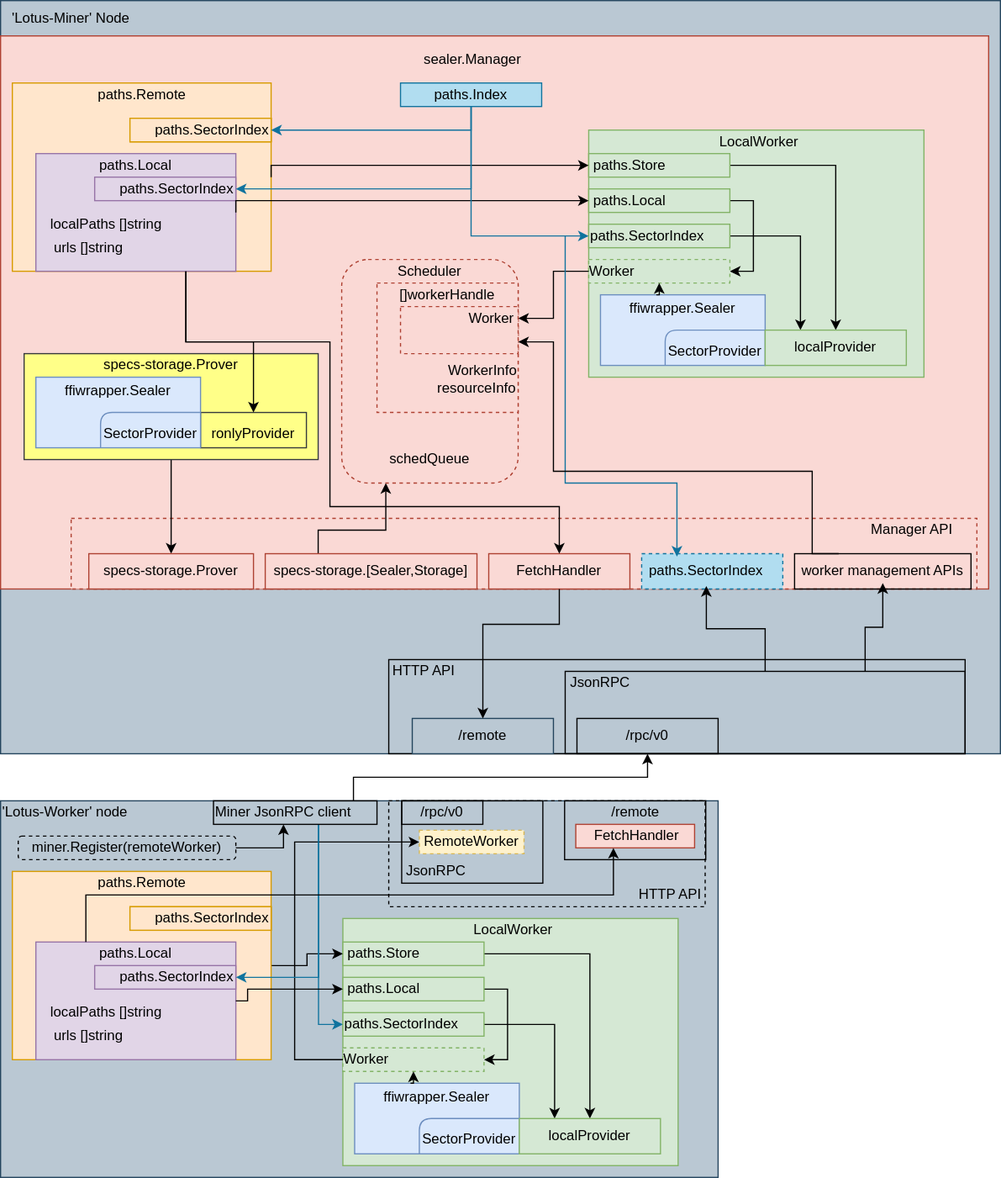
The draw.io diagram storage/sealer/docs/sector-storage.svg in filecoin-project/lotus, before a commit. Source tidied: cells renumbered, new cells last; positions are measured from the earlier drawing's top-left corner, leaving out a move shared by most shapes.
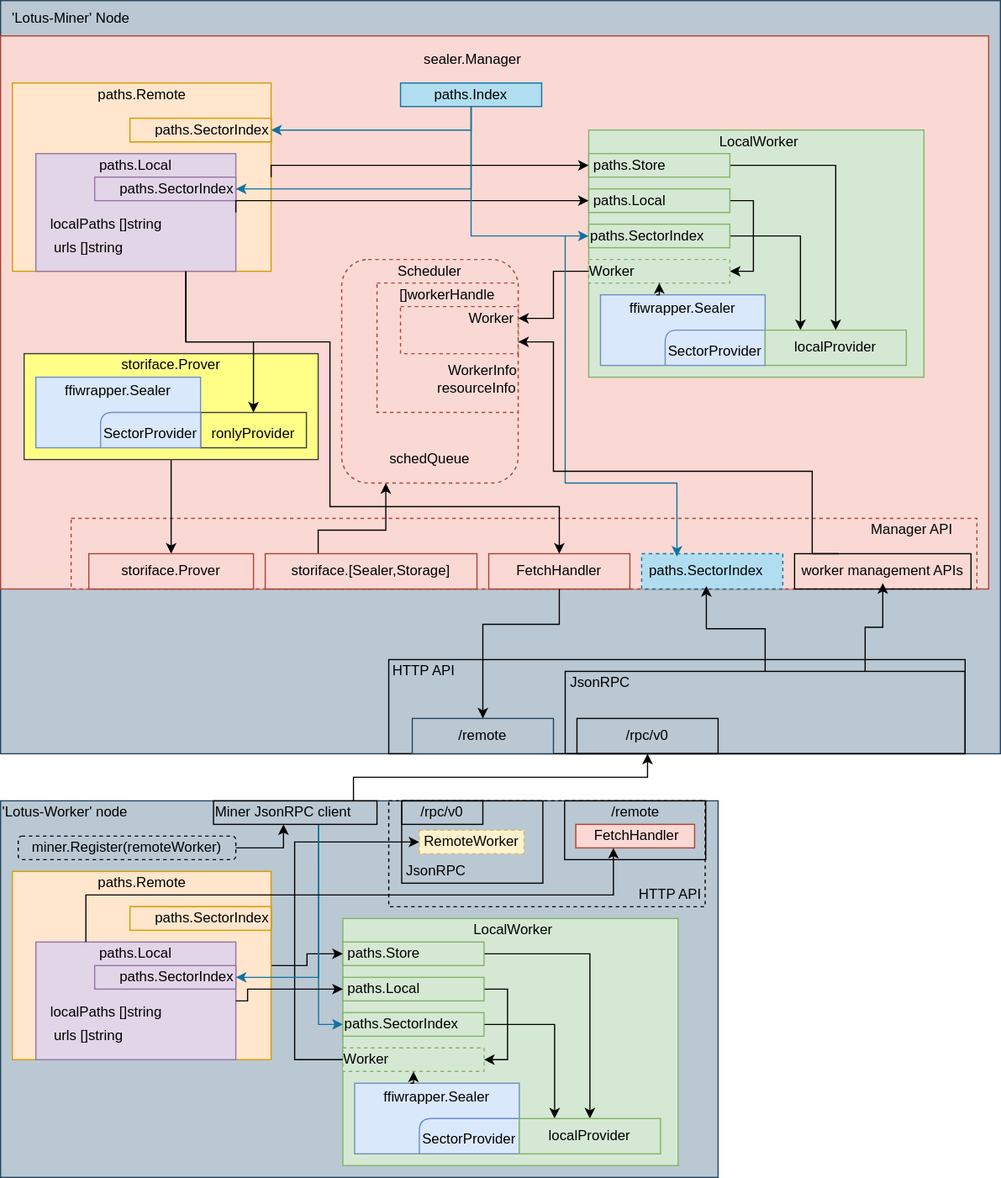
The same file after the commit.

The edit, as a diff of the source:
```diff
@@ -161,7 +161,7 @@
     <mxCell id="50" style="rounded=0;whiteSpace=wrap;html=1;strokeColor=#36393d;fillColor=#ffff88;" parent="1" vertex="1">
       <mxGeometry x="20" y="300" width="250" height="90" as="geometry" />
     </mxCell>
-    <mxCell id="51" value="specs-storage.Prover" style="text;html=1;strokeColor=none;fillColor=none;align=center;verticalAlign=middle;whiteSpace=wrap;rounded=0;" parent="1" vertex="1">
+    <mxCell id="51" value="storiface.Prover" style="text;html=1;strokeColor=none;fillColor=none;align=center;verticalAlign=middle;whiteSpace=wrap;rounded=0;" parent="1" vertex="1">
       <mxGeometry x="85" y="300" width="120" height="20" as="geometry" />
     </mxCell>
     <mxCell id="52" style="rounded=0;whiteSpace=wrap;html=1;strokeColor=#36393d;fillColor=#ffff88;" parent="1" vertex="1">
@@ -240,10 +240,10 @@
         </Array>
       </mxGeometry>
     </mxCell>
-    <mxCell id="74" value="&lt;div&gt;specs-storage.[Sealer,Storage]&lt;/div&gt;" style="rounded=0;whiteSpace=wrap;html=1;strokeColor=#ae4132;fillColor=#fad9d5;" parent="1" vertex="1">
+    <mxCell id="74" value="&lt;div&gt;storiface.[Sealer,Storage]&lt;/div&gt;" style="rounded=0;whiteSpace=wrap;html=1;strokeColor=#ae4132;fillColor=#fad9d5;" parent="1" vertex="1">
       <mxGeometry x="225" y="470" width="180" height="30" as="geometry" />
     </mxCell>
-    <mxCell id="75" value="specs-storage.Prover" style="rounded=0;whiteSpace=wrap;html=1;strokeColor=#ae4132;fillColor=#fad9d5;" parent="1" vertex="1">
+    <mxCell id="75" value="storiface.Prover" style="rounded=0;whiteSpace=wrap;html=1;strokeColor=#ae4132;fillColor=#fad9d5;" parent="1" vertex="1">
       <mxGeometry x="75" y="470" width="140" height="30" as="geometry" />
     </mxCell>
     <mxCell id="76" value="Manager API" style="text;html=1;strokeColor=none;fillColor=none;align=center;verticalAlign=middle;whiteSpace=wrap;rounded=0;" parent="1" vertex="1">
```
